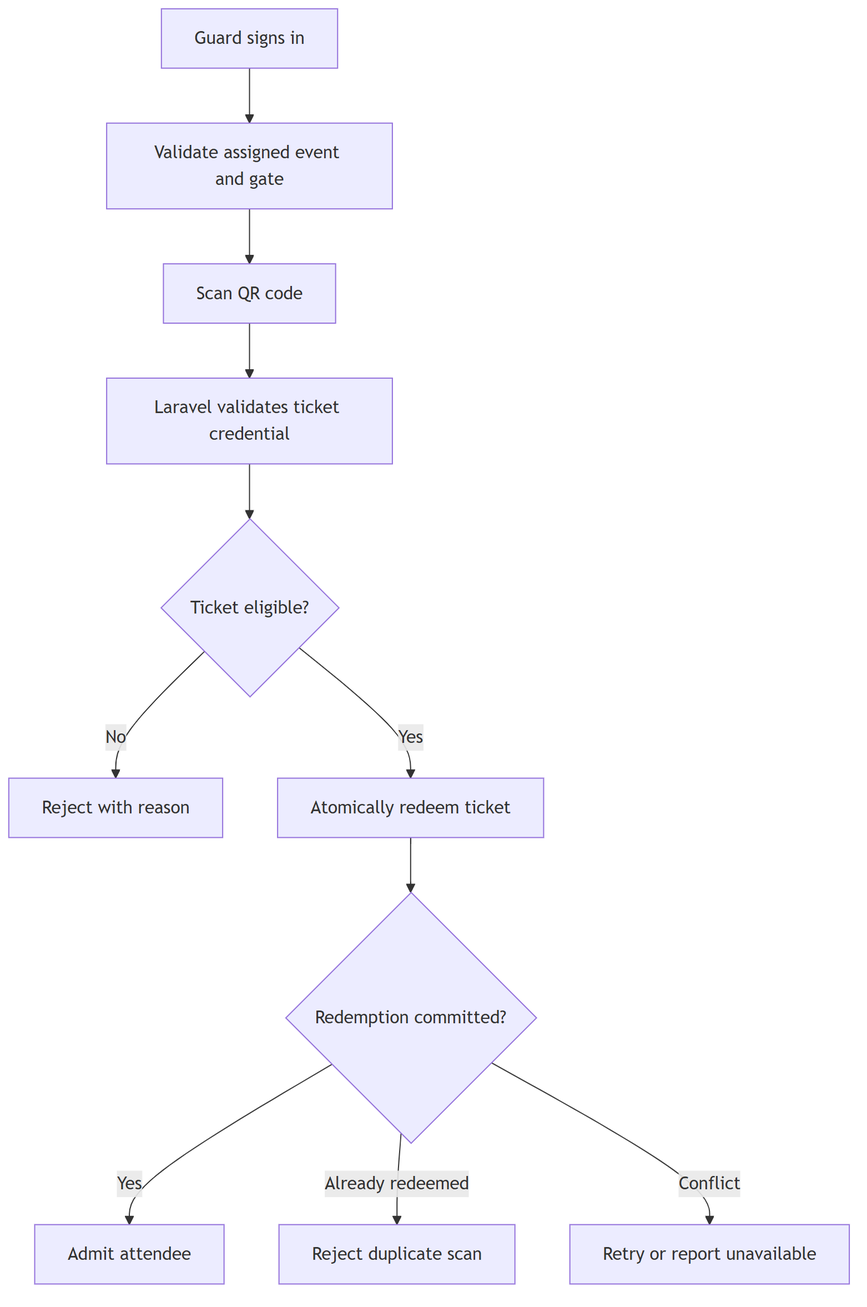
This is doc/diagrams/techstack/03-gate-qr-scanning-flow.png from kreativesahara/ticket, a Mermaid export, as it was before one commit. Its source is kept beside it as doc/diagrams/techstack/03-gate-qr-scanning-flow.mmd. Source of this version:
```mermaid
flowchart TD
    A[Guard signs in] --> B[Validate assigned event and gate]
    B --> C[Scan QR code]
    C --> D[Laravel validates ticket credential]
    D --> E{Ticket eligible?}
    E -- No --> F[Reject with reason]
    E -- Yes --> G[Atomically redeem ticket]
    G --> H{Redemption committed?}
    H -- Yes --> I[Admit attendee]
    H -- Already redeemed --> J[Reject duplicate scan]
    H -- Conflict --> K[Retry or report unavailable]
```
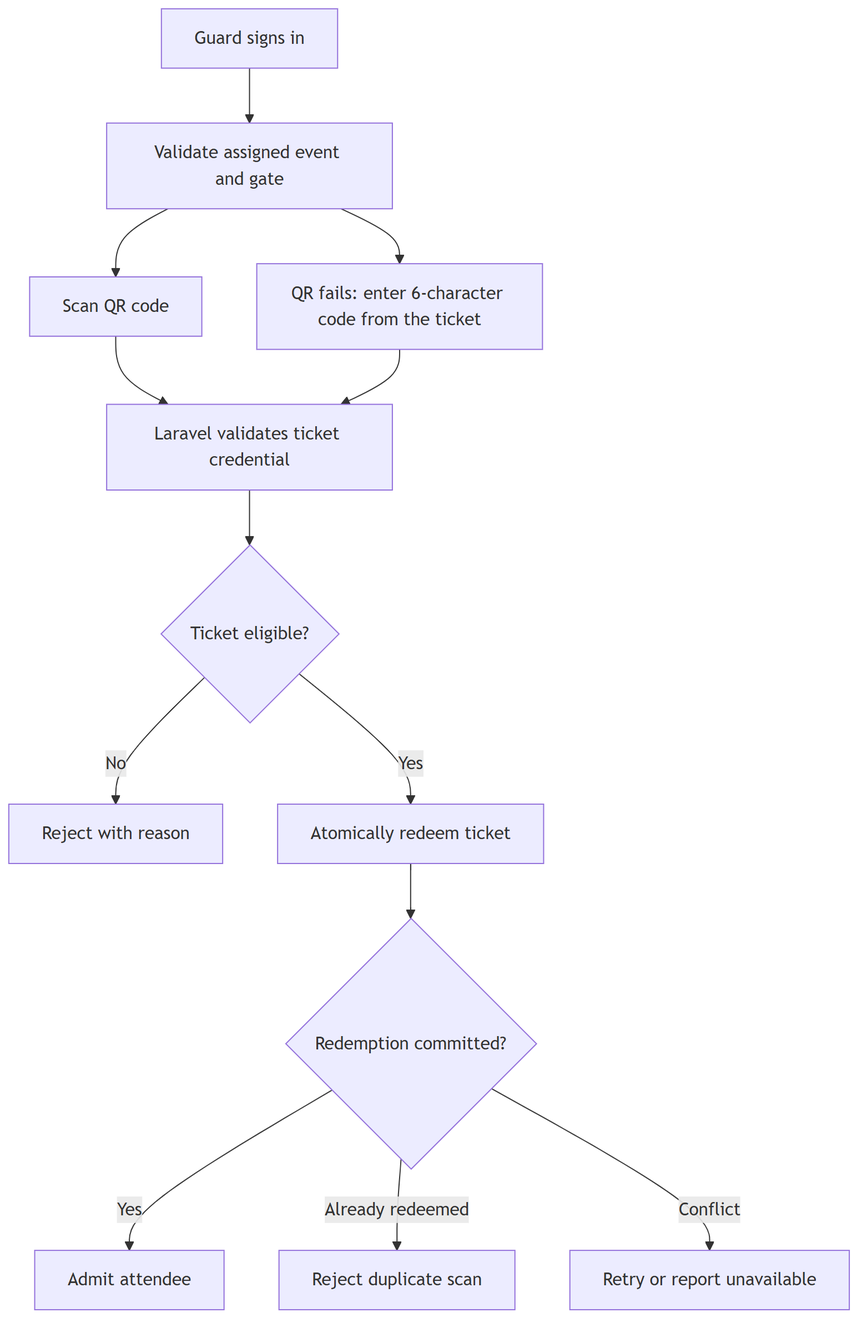
Above is the later version.

Commit message:
docs: update hurdles to resolve H6 with short-code fallback and add gate scanning flow diagrams

Change to the diagram source:
```diff
@@ -1,7 +1,9 @@
 flowchart TD
     A[Guard signs in] --> B[Validate assigned event and gate]
     B --> C[Scan QR code]
+    B --> C2[QR fails: enter 6-character code from the ticket]
     C --> D[Laravel validates ticket credential]
+    C2 --> D
     D --> E{Ticket eligible?}
     E -- No --> F[Reject with reason]
     E -- Yes --> G[Atomically redeem ticket]
```
